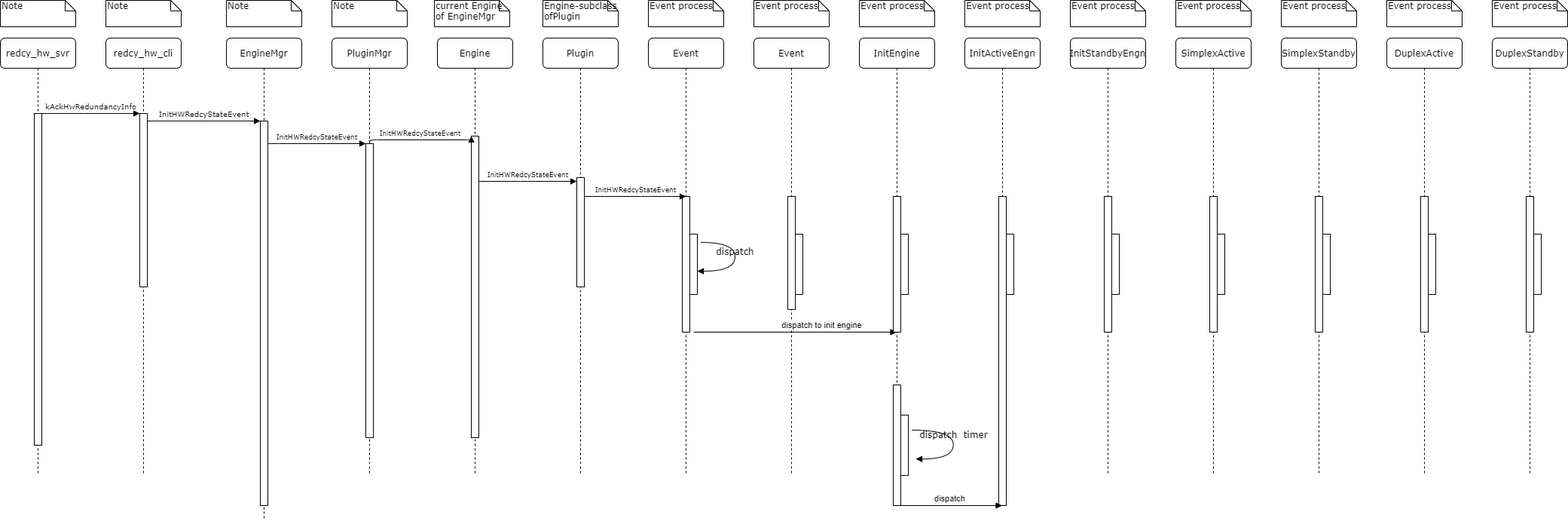
Before: UML/StartActiveRedundancy.png, a diagram exported from draw.io (Steve888888/FN-Redundancy). Source tidied: cells renumbered, new cells last; positions are measured from the earlier drawing's top-left corner, leaving out a move shared by most shapes.
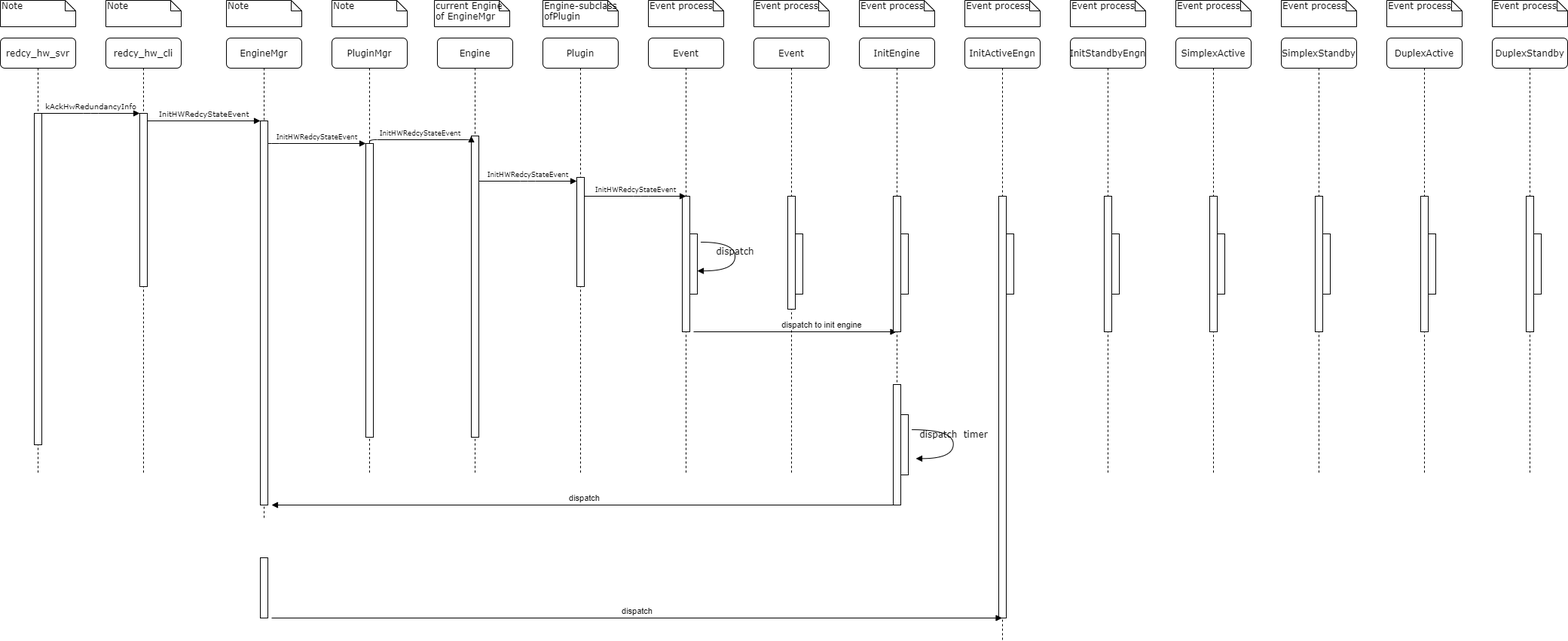
After the change.

What changed in the source:
```diff
@@ -158,10 +158,10 @@
       <mxGeometry x="1280" width="100" height="35" as="geometry" />
     </mxCell>
     <mxCell id="44" value="InitActiveEngn" style="shape=umlLifeline;perimeter=lifelinePerimeter;whiteSpace=wrap;html=1;outlineConnect=0;rounded=1;shadow=0;comic=0;labelBackgroundColor=none;strokeWidth=1;fontFamily=Verdana;fontSize=12;align=center;" parent="1" vertex="1">
-      <mxGeometry x="1280" y="50" width="100" height="620" as="geometry" />
+      <mxGeometry x="1280" y="50" width="100" height="800" as="geometry" />
     </mxCell>
     <mxCell id="45" style="html=1;perimeter=orthogonalPerimeter;rounded=0;shadow=0;comic=0;labelBackgroundColor=none;strokeColor=#000000;strokeWidth=1;fillColor=#FFFFFF;fontFamily=Verdana;fontSize=12;fontColor=#000000;align=center;" parent="44" vertex="1">
-      <mxGeometry x="45" y="210" width="10" height="410" as="geometry" />
+      <mxGeometry x="45" y="210" width="10" height="560" as="geometry" />
     </mxCell>
     <mxCell id="46" style="html=1;perimeter=orthogonalPerimeter;" parent="44" vertex="1">
       <mxGeometry x="55" y="260" width="10" height="80" as="geometry" />
@@ -226,10 +226,18 @@
     <mxCell id="66" style="html=1;perimeter=orthogonalPerimeter;" parent="64" vertex="1">
       <mxGeometry x="55" y="260" width="10" height="80" as="geometry" />
     </mxCell>
-    <mxCell id="67" value="dispatch" style="html=1;verticalAlign=bottom;endArrow=block;" parent="1" edge="1" target="44">
-      <mxGeometry relative="1" as="geometry">
-        <mxPoint x="1190" y="670" as="sourcePoint" />
-      </mxGeometry>
-    </mxCell>
+    <mxCell id="68" value="dispatch" style="html=1;verticalAlign=bottom;endArrow=block;" parent="1" edge="1" source="38">
+      <mxGeometry relative="1" as="geometry">
+        <mxPoint x="360" y="670" as="targetPoint" />
+      </mxGeometry>
+    </mxCell>
+    <mxCell id="69" style="html=1;perimeter=orthogonalPerimeter;" parent="1" vertex="1">
+      <mxGeometry x="345" y="740" width="10" height="80" as="geometry" />
+    </mxCell>
+    <mxCell id="70" value="dispatch" style="html=1;verticalAlign=bottom;endArrow=block;" parent="1" edge="1" target="44">
+      <mxGeometry relative="1" as="geometry">
+        <mxPoint x="360" y="820" as="sourcePoint" />
+      </mxGeometry>
+    </mxCell>
   </root>
 </mxGraphModel>
```
